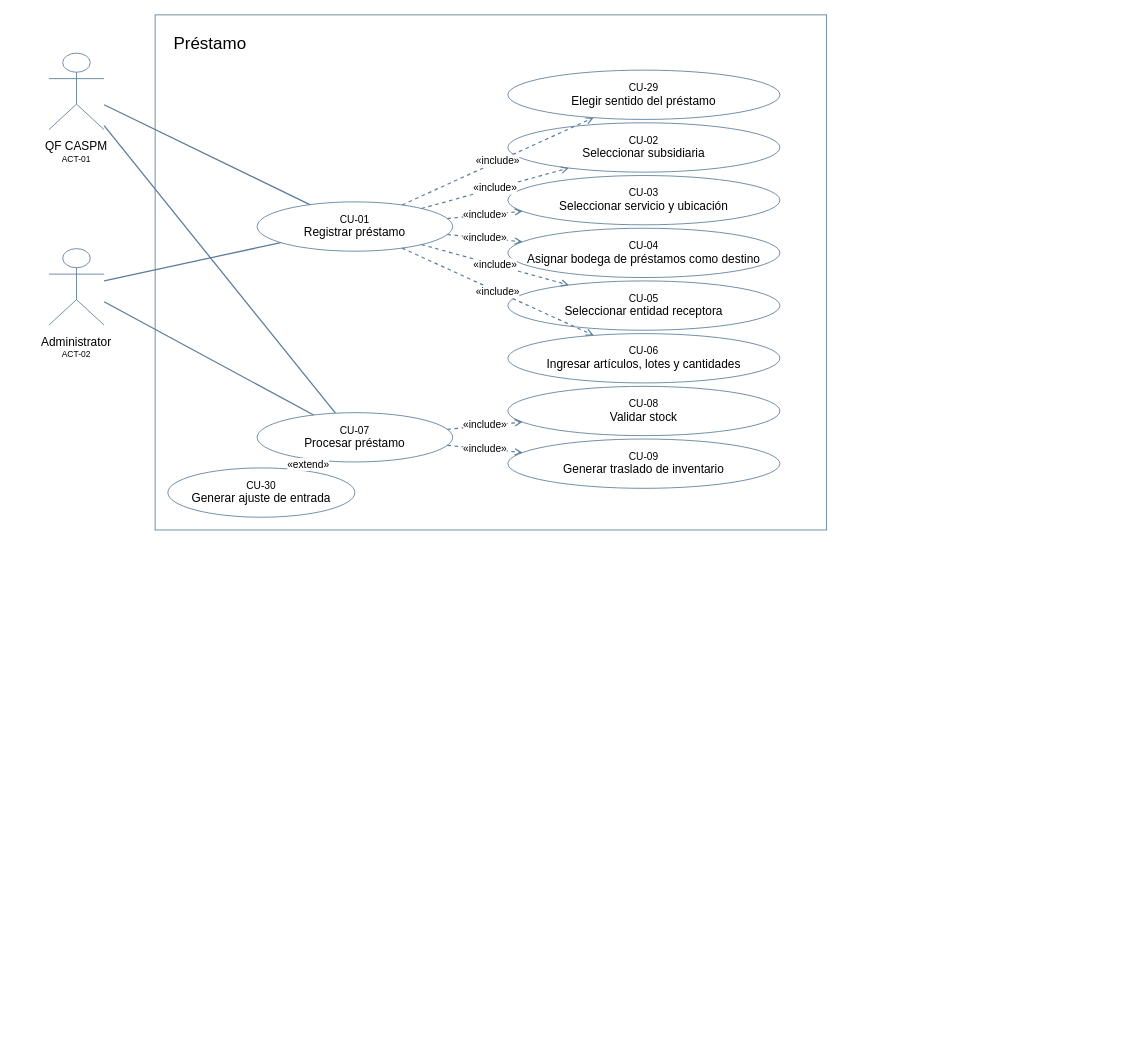
Above: Custom/AS_NSP_018_PrestamoDevolucionMerma/documentacion/diagramas/AS_RegistroDeSolicitudDeInventario_CasosUso_Prestamo.drawio in maxterlens/andes-salud (draw.io), before the change. Source tidied: cells renumbered, new cells numbered last; positions are measured from the earlier drawing's top-left corner, leaving out a move shared by most shapes. Both pictures are drawn from the tidied source at 85%, with x=0, y=0 at pixel (14, 14).
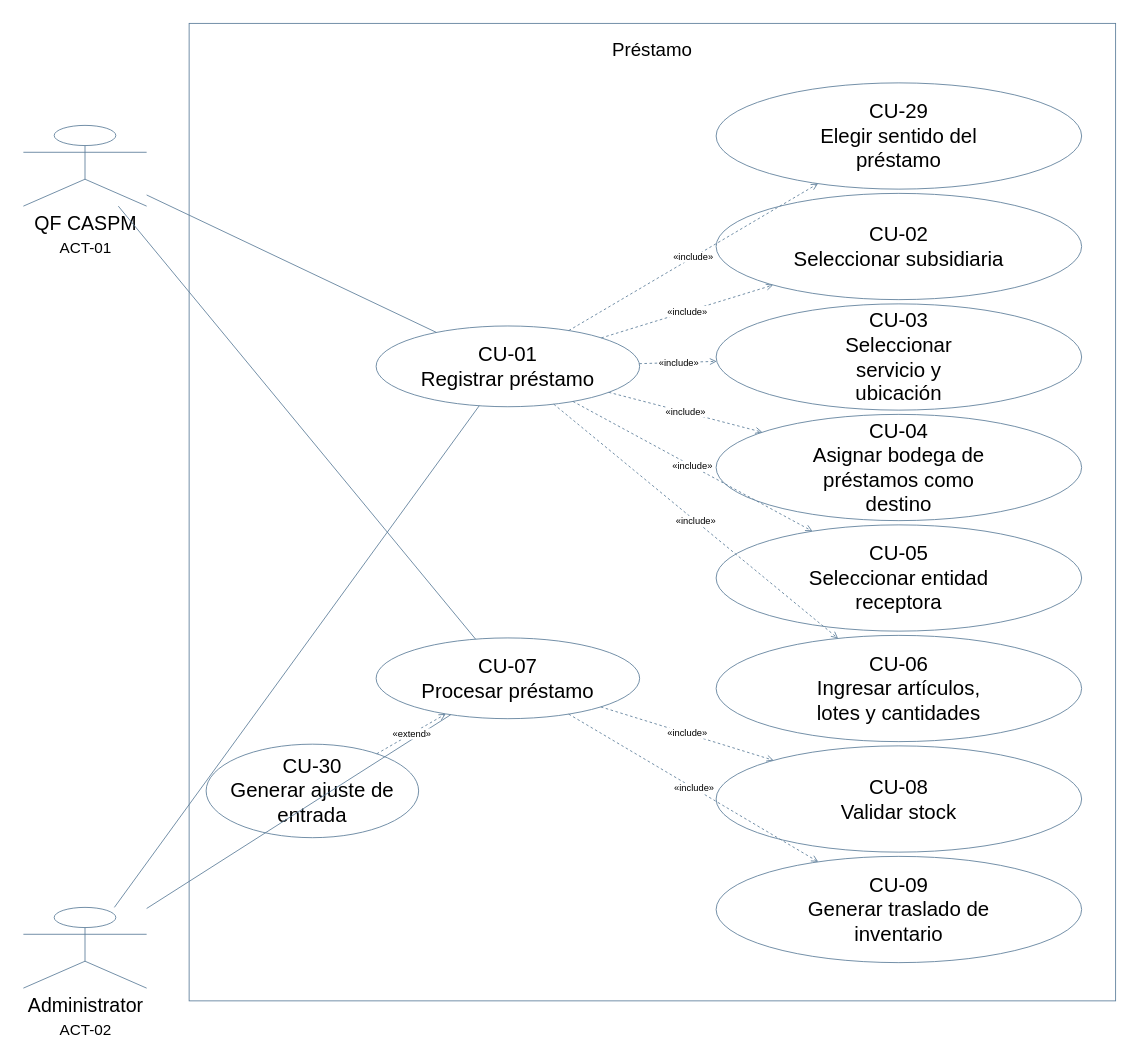
After the change.

Change to the diagram source:
```diff
@@
-    <mxCell id="2" value="Préstamo" style="rounded=0;whiteSpace=wrap;html=1;fillColor=#FFFFFF;strokeColor=#5B7C99;fontColor=#000000;fontFamily=Arial;fontSize=20;verticalAlign=top;align=left;spacingTop=15;spacingLeft=20;" parent="1" vertex="1">
-      <mxGeometry x="165" width="790" height="606" as="geometry" />
+    <mxCell id="2" value="Préstamo" style="rounded=0;whiteSpace=wrap;html=1;strokeColor=#5B7C99;fillColor=#FFFFFF;fontColor=#000000;fontFamily=Arial;fontSize=22;verticalAlign=top;spacingTop=12;" parent="1" vertex="1">
+      <mxGeometry x="205" y="10" width="1090" height="1150" as="geometry" />
     </mxCell>
+    <mxCell id="14" value="QF CASPM&lt;br&gt;&lt;font style=&quot;font-size:18px&quot;&gt;ACT-01&lt;/font&gt;" style="shape=umlActor;verticalLabelPosition=bottom;verticalAlign=top;html=1;strokeColor=#5B7C99;fillColor=#FFFFFF;fontColor=#000000;fontFamily=Arial;fontSize=23;" parent="1" vertex="1">
+      <mxGeometry x="10" y="130" width="145" height="95" as="geometry" />
+    </mxCell>
+    <mxCell id="16" value="Administrator&lt;br&gt;&lt;font style=&quot;font-size:18px&quot;&gt;ACT-02&lt;/font&gt;" style="shape=umlActor;verticalLabelPosition=bottom;verticalAlign=top;html=1;strokeColor=#5B7C99;fillColor=#FFFFFF;fontColor=#000000;fontFamily=Arial;fontSize=23;" parent="1" vertex="1">
+      <mxGeometry x="10" y="1050" width="145" height="95" as="geometry" />
+    </mxCell>
-    <mxCell id="3" value="&lt;div style=&quot;font-size:12px&quot;&gt;CU-01&lt;/div&gt;&lt;div&gt;Registrar préstamo&lt;/div&gt;" style="ellipse;whiteSpace=wrap;html=1;fillColor=#FFFFFF;strokeColor=#5B7C99;fontColor=#000000;fontFamily=Arial;fontSize=14;align=center;verticalAlign=middle;spacing=8;" parent="1" vertex="1">
-      <mxGeometry x="285" y="220" width="230" height="58" as="geometry" />
+    <mxCell id="3" value="CU-01&lt;br&gt;Registrar préstamo" style="ellipse;whiteSpace=wrap;html=1;strokeColor=#5B7C99;fillColor=#FFFFFF;fontColor=#000000;fontFamily=Arial;fontSize=24;" parent="1" vertex="1">
+      <mxGeometry x="425" y="366" width="310" height="95" as="geometry" />
     </mxCell>
+    <mxCell id="10" value="CU-07&lt;br&gt;Procesar préstamo" style="ellipse;whiteSpace=wrap;html=1;strokeColor=#5B7C99;fillColor=#FFFFFF;fontColor=#000000;fontFamily=Arial;fontSize=24;" parent="1" vertex="1">
+      <mxGeometry x="425" y="733" width="310" height="95" as="geometry" />
+    </mxCell>
-    <mxCell id="4" value="&lt;div style=&quot;font-size:12px&quot;&gt;CU-29&lt;/div&gt;&lt;div&gt;Elegir sentido del préstamo&lt;/div&gt;" style="ellipse;whiteSpace=wrap;html=1;fillColor=#FFFFFF;strokeColor=#5B7C99;fontColor=#000000;fontFamily=Arial;fontSize=14;align=center;verticalAlign=middle;spacing=8;" parent="1" vertex="1">
-      <mxGeometry x="580" y="65" width="320" height="58" as="geometry" />
+    <mxCell id="4" value="CU-29&lt;br&gt;Elegir sentido del&lt;br&gt;préstamo" style="ellipse;whiteSpace=wrap;html=1;strokeColor=#5B7C99;fillColor=#FFFFFF;fontColor=#000000;fontFamily=Arial;fontSize=24;" parent="1" vertex="1">
+      <mxGeometry x="825" y="80" width="430" height="125" as="geometry" />
     </mxCell>
-    <mxCell id="5" value="&lt;div style=&quot;font-size:12px&quot;&gt;CU-02&lt;/div&gt;&lt;div&gt;Seleccionar subsidiaria&lt;/div&gt;" style="ellipse;whiteSpace=wrap;html=1;fillColor=#FFFFFF;strokeColor=#5B7C99;fontColor=#000000;fontFamily=Arial;fontSize=14;align=center;verticalAlign=middle;spacing=8;" parent="1" vertex="1">
-      <mxGeometry x="580" y="127" width="320" height="58" as="geometry" />
+    <mxCell id="5" value="CU-02&lt;br&gt;Seleccionar subsidiaria" style="ellipse;whiteSpace=wrap;html=1;strokeColor=#5B7C99;fillColor=#FFFFFF;fontColor=#000000;fontFamily=Arial;fontSize=24;" parent="1" vertex="1">
+      <mxGeometry x="825" y="210" width="430" height="125" as="geometry" />
     </mxCell>
-    <mxCell id="6" value="&lt;div style=&quot;font-size:12px&quot;&gt;CU-03&lt;/div&gt;&lt;div&gt;Seleccionar servicio y ubicación&lt;/div&gt;" style="ellipse;whiteSpace=wrap;html=1;fillColor=#FFFFFF;strokeColor=#5B7C99;fontColor=#000000;fontFamily=Arial;fontSize=14;align=center;verticalAlign=middle;spacing=8;" parent="1" vertex="1">
-      <mxGeometry x="580" y="189" width="320" height="58" as="geometry" />
+    <mxCell id="6" value="CU-03&lt;br&gt;Seleccionar&lt;br&gt;servicio y&lt;br&gt;ubicación" style="ellipse;whiteSpace=wrap;html=1;strokeColor=#5B7C99;fillColor=#FFFFFF;fontColor=#000000;fontFamily=Arial;fontSize=24;" parent="1" vertex="1">
+      <mxGeometry x="825" y="340" width="430" height="125" as="geometry" />
     </mxCell>
-    <mxCell id="7" value="&lt;div style=&quot;font-size:12px&quot;&gt;CU-04&lt;/div&gt;&lt;div&gt;Asignar bodega de préstamos como destino&lt;/div&gt;" style="ellipse;whiteSpace=wrap;html=1;fillColor=#FFFFFF;strokeColor=#5B7C99;fontColor=#000000;fontFamily=Arial;fontSize=14;align=center;verticalAlign=middle;spacing=8;" parent="1" vertex="1">
-      <mxGeometry x="580" y="251" width="320" height="58" as="geometry" />
+    <mxCell id="7" value="CU-04&lt;br&gt;Asignar bodega de&lt;br&gt;préstamos como&lt;br&gt;destino" style="ellipse;whiteSpace=wrap;html=1;strokeColor=#5B7C99;fillColor=#FFFFFF;fontColor=#000000;fontFamily=Arial;fontSize=24;" parent="1" vertex="1">
+      <mxGeometry x="825" y="470" width="430" height="125" as="geometry" />
     </mxCell>
-    <mxCell id="8" value="&lt;div style=&quot;font-size:12px&quot;&gt;CU-05&lt;/div&gt;&lt;div&gt;Seleccionar entidad receptora&lt;/div&gt;" style="ellipse;whiteSpace=wrap;html=1;fillColor=#FFFFFF;strokeColor=#5B7C99;fontColor=#000000;fontFamily=Arial;fontSize=14;align=center;verticalAlign=middle;spacing=8;" parent="1" vertex="1">
-      <mxGeometry x="580" y="313" width="320" height="58" as="geometry" />
+    <mxCell id="8" value="CU-05&lt;br&gt;Seleccionar entidad&lt;br&gt;receptora" style="ellipse;whiteSpace=wrap;html=1;strokeColor=#5B7C99;fillColor=#FFFFFF;fontColor=#000000;fontFamily=Arial;fontSize=24;" parent="1" vertex="1">
+      <mxGeometry x="825" y="600" width="430" height="125" as="geometry" />
     </mxCell>
-    <mxCell id="9" value="&lt;div style=&quot;font-size:12px&quot;&gt;CU-06&lt;/div&gt;&lt;div&gt;Ingresar artículos, lotes y cantidades&lt;/div&gt;" style="ellipse;whiteSpace=wrap;html=1;fillColor=#FFFFFF;strokeColor=#5B7C99;fontColor=#000000;fontFamily=Arial;fontSize=14;align=center;verticalAlign=middle;spacing=8;" parent="1" vertex="1">
-      <mxGeometry x="580" y="375" width="320" height="58" as="geometry" />
+    <mxCell id="9" value="CU-06&lt;br&gt;Ingresar artículos,&lt;br&gt;lotes y cantidades" style="ellipse;whiteSpace=wrap;html=1;strokeColor=#5B7C99;fillColor=#FFFFFF;fontColor=#000000;fontFamily=Arial;fontSize=24;" parent="1" vertex="1">
+      <mxGeometry x="825" y="730" width="430" height="125" as="geometry" />
     </mxCell>
-    <mxCell id="10" value="&lt;div style=&quot;font-size:12px&quot;&gt;CU-07&lt;/div&gt;&lt;div&gt;Procesar préstamo&lt;/div&gt;" style="ellipse;whiteSpace=wrap;html=1;fillColor=#FFFFFF;strokeColor=#5B7C99;fontColor=#000000;fontFamily=Arial;fontSize=14;align=center;verticalAlign=middle;spacing=8;" parent="1" vertex="1">
-      <mxGeometry x="285" y="468" width="230" height="58" as="geometry" />
-    </mxCell>
-    <mxCell id="11" value="&lt;div style=&quot;font-size:12px&quot;&gt;CU-08&lt;/div&gt;&lt;div&gt;Validar stock&lt;/div&gt;" style="ellipse;whiteSpace=wrap;html=1;fillColor=#FFFFFF;strokeColor=#5B7C99;fontColor=#000000;fontFamily=Arial;fontSize=14;align=center;verticalAlign=middle;spacing=8;" parent="1" vertex="1">
-      <mxGeometry x="580" y="437" width="320" height="58" as="geometry" />
+    <mxCell id="11" value="CU-08&lt;br&gt;Validar stock" style="ellipse;whiteSpace=wrap;html=1;strokeColor=#5B7C99;fillColor=#FFFFFF;fontColor=#000000;fontFamily=Arial;fontSize=24;" parent="1" vertex="1">
+      <mxGeometry x="825" y="860" width="430" height="125" as="geometry" />
     </mxCell>
-    <mxCell id="12" value="&lt;div style=&quot;font-size:12px&quot;&gt;CU-09&lt;/div&gt;&lt;div&gt;Generar traslado de inventario&lt;/div&gt;" style="ellipse;whiteSpace=wrap;html=1;fillColor=#FFFFFF;strokeColor=#5B7C99;fontColor=#000000;fontFamily=Arial;fontSize=14;align=center;verticalAlign=middle;spacing=8;" parent="1" vertex="1">
-      <mxGeometry x="580" y="499" width="320" height="58" as="geometry" />
+    <mxCell id="12" value="CU-09&lt;br&gt;Generar traslado de&lt;br&gt;inventario" style="ellipse;whiteSpace=wrap;html=1;strokeColor=#5B7C99;fillColor=#FFFFFF;fontColor=#000000;fontFamily=Arial;fontSize=24;" parent="1" vertex="1">
+      <mxGeometry x="825" y="990" width="430" height="125" as="geometry" />
     </mxCell>
-    <mxCell id="13" value="&lt;div style=&quot;font-size:12px&quot;&gt;CU-30&lt;/div&gt;&lt;div&gt;Generar ajuste de entrada&lt;/div&gt;" style="ellipse;whiteSpace=wrap;html=1;fillColor=#FFFFFF;strokeColor=#5B7C99;fontColor=#000000;fontFamily=Arial;fontSize=14;align=center;verticalAlign=middle;spacing=8;" parent="1" vertex="1">
-      <mxGeometry x="180" y="533" width="220" height="58" as="geometry" />
+    <mxCell id="13" value="CU-30&lt;br&gt;Generar ajuste de&lt;br&gt;entrada" style="ellipse;whiteSpace=wrap;html=1;strokeColor=#5B7C99;fillColor=#FFFFFF;fontColor=#000000;fontFamily=Arial;fontSize=24;" parent="1" vertex="1">
+      <mxGeometry x="225" y="858" width="250" height="110" as="geometry" />
     </mxCell>
-    <mxCell id="14" style="shape=umlActor;whiteSpace=wrap;html=1;fillColor=#FFFFFF;strokeColor=#5B7C99;fontColor=#000000;fontFamily=Arial;fontSize=14;" parent="1" vertex="1">
-      <mxGeometry x="40" y="45" width="65" height="90" as="geometry" />
-    </mxCell>
-    <mxCell id="15" value="&lt;div&gt;QF CASPM&lt;/div&gt;&lt;div style=&quot;font-size:10px&quot;&gt;ACT-01&lt;/div&gt;" style="rounded=0;whiteSpace=wrap;html=1;fillColor=none;strokeColor=none;fontColor=#000000;fontFamily=Arial;fontSize=14;align=center;verticalAlign=top;" parent="1" vertex="1">
-      <mxGeometry y="140" width="145" height="45" as="geometry" />
-    </mxCell>
-    <mxCell id="16" style="shape=umlActor;whiteSpace=wrap;html=1;fillColor=#FFFFFF;strokeColor=#5B7C99;fontColor=#000000;fontFamily=Arial;fontSize=14;" parent="1" vertex="1">
-      <mxGeometry x="40" y="275" width="65" height="90" as="geometry" />
-    </mxCell>
-    <mxCell id="17" value="&lt;div&gt;Administrator&lt;/div&gt;&lt;div style=&quot;font-size:10px&quot;&gt;ACT-02&lt;/div&gt;" style="rounded=0;whiteSpace=wrap;html=1;fillColor=none;strokeColor=none;fontColor=#000000;fontFamily=Arial;fontSize=14;align=center;verticalAlign=top;" parent="1" vertex="1">
-      <mxGeometry y="370" width="145" height="45" as="geometry" />
-    </mxCell>
-    <mxCell id="18" style="endArrow=none;startArrow=none;html=1;strokeColor=#5B7C99;strokeWidth=1.5;" parent="1" edge="1" source="14" target="3">
+    <mxCell id="18" style="endArrow=none;strokeColor=#5B7C99;html=1;" parent="1" edge="1" source="14" target="3">
       <mxGeometry relative="1" as="geometry" />
     </mxCell>
-    <mxCell id="19" style="endArrow=none;startArrow=none;html=1;strokeColor=#5B7C99;strokeWidth=1.5;" parent="1" edge="1" source="16" target="3">
+    <mxCell id="19" style="endArrow=none;strokeColor=#5B7C99;html=1;" parent="1" edge="1" source="16" target="3">
       <mxGeometry relative="1" as="geometry" />
     </mxCell>
-    <mxCell id="20" value="«include»" style="dashed=1;endArrow=open;endFill=0;html=1;strokeColor=#5B7C99;strokeWidth=1.4;fontFamily=Arial;fontSize=12;fontColor=#000000;" parent="1" edge="1" source="3" target="4">
+    <mxCell id="20" value="«include»" style="dashed=1;endArrow=open;strokeColor=#5B7C99;html=1;fontFamily=Arial;" parent="1" edge="1" source="3" target="4">
       <mxGeometry relative="1" as="geometry" />
     </mxCell>
-    <mxCell id="21" value="«include»" style="dashed=1;endArrow=open;endFill=0;html=1;strokeColor=#5B7C99;strokeWidth=1.4;fontFamily=Arial;fontSize=12;fontColor=#000000;" parent="1" edge="1" source="3" target="5">
+    <mxCell id="21" value="«include»" style="dashed=1;endArrow=open;strokeColor=#5B7C99;html=1;fontFamily=Arial;" parent="1" edge="1" source="3" target="5">
       <mxGeometry relative="1" as="geometry" />
     </mxCell>
-    <mxCell id="22" value="«include»" style="dashed=1;endArrow=open;endFill=0;html=1;strokeColor=#5B7C99;strokeWidth=1.4;fontFamily=Arial;fontSize=12;fontColor=#000000;" parent="1" edge="1" source="3" target="6">
+    <mxCell id="22" value="«include»" style="dashed=1;endArrow=open;strokeColor=#5B7C99;html=1;fontFamily=Arial;" parent="1" edge="1" source="3" target="6">
       <mxGeometry relative="1" as="geometry" />
     </mxCell>
-    <mxCell id="23" value="«include»" style="dashed=1;endArrow=open;endFill=0;html=1;strokeColor=#5B7C99;strokeWidth=1.4;fontFamily=Arial;fontSize=12;fontColor=#000000;" parent="1" edge="1" source="3" target="7">
+    <mxCell id="23" value="«include»" style="dashed=1;endArrow=open;strokeColor=#5B7C99;html=1;fontFamily=Arial;" parent="1" edge="1" source="3" target="7">
       <mxGeometry relative="1" as="geometry" />
     </mxCell>
-    <mxCell id="24" value="«include»" style="dashed=1;endArrow=open;endFill=0;html=1;strokeColor=#5B7C99;strokeWidth=1.4;fontFamily=Arial;fontSize=12;fontColor=#000000;" parent="1" edge="1" source="3" target="8">
+    <mxCell id="24" value="«include»" style="dashed=1;endArrow=open;strokeColor=#5B7C99;html=1;fontFamily=Arial;" parent="1" edge="1" source="3" target="8">
       <mxGeometry relative="1" as="geometry" />
     </mxCell>
-    <mxCell id="25" value="«include»" style="dashed=1;endArrow=open;endFill=0;html=1;strokeColor=#5B7C99;strokeWidth=1.4;fontFamily=Arial;fontSize=12;fontColor=#000000;" parent="1" edge="1" source="3" target="9">
+    <mxCell id="25" value="«include»" style="dashed=1;endArrow=open;strokeColor=#5B7C99;html=1;fontFamily=Arial;" parent="1" edge="1" source="3" target="9">
       <mxGeometry relative="1" as="geometry" />
     </mxCell>
-    <mxCell id="26" style="endArrow=none;startArrow=none;html=1;strokeColor=#5B7C99;strokeWidth=1.5;" parent="1" edge="1" source="14" target="10">
+    <mxCell id="26" style="endArrow=none;strokeColor=#5B7C99;html=1;" parent="1" edge="1" source="14" target="10">
       <mxGeometry relative="1" as="geometry" />
     </mxCell>
-    <mxCell id="27" style="endArrow=none;startArrow=none;html=1;strokeColor=#5B7C99;strokeWidth=1.5;" parent="1" edge="1" source="16" target="10">
+    <mxCell id="27" style="endArrow=none;strokeColor=#5B7C99;html=1;" parent="1" edge="1" source="16" target="10">
       <mxGeometry relative="1" as="geometry" />
     </mxCell>
-    <mxCell id="28" value="«include»" style="dashed=1;endArrow=open;endFill=0;html=1;strokeColor=#5B7C99;strokeWidth=1.4;fontFamily=Arial;fontSize=12;fontColor=#000000;" parent="1" edge="1" source="10" target="11">
+    <mxCell id="28" value="«include»" style="dashed=1;endArrow=open;strokeColor=#5B7C99;html=1;fontFamily=Arial;" parent="1" edge="1" source="10" target="11">
       <mxGeometry relative="1" as="geometry" />
     </mxCell>
-    <mxCell id="29" value="«include»" style="dashed=1;endArrow=open;endFill=0;html=1;strokeColor=#5B7C99;strokeWidth=1.4;fontFamily=Arial;fontSize=12;fontColor=#000000;" parent="1" edge="1" source="10" target="12">
+    <mxCell id="29" value="«include»" style="dashed=1;endArrow=open;strokeColor=#5B7C99;html=1;fontFamily=Arial;" parent="1" edge="1" source="10" target="12">
       <mxGeometry relative="1" as="geometry" />
     </mxCell>
-    <mxCell id="30" value="«extend»" style="dashed=1;endArrow=open;endFill=0;html=1;strokeColor=#5B7C99;strokeWidth=1.4;fontFamily=Arial;fontSize=12;fontColor=#000000;" parent="1" edge="1" source="13" target="10">
+    <mxCell id="30" value="«extend»" style="dashed=1;endArrow=open;strokeColor=#5B7C99;html=1;fontFamily=Arial;" parent="1" edge="1" source="13" target="10">
       <mxGeometry relative="1" as="geometry" />
     </mxCell>
```
